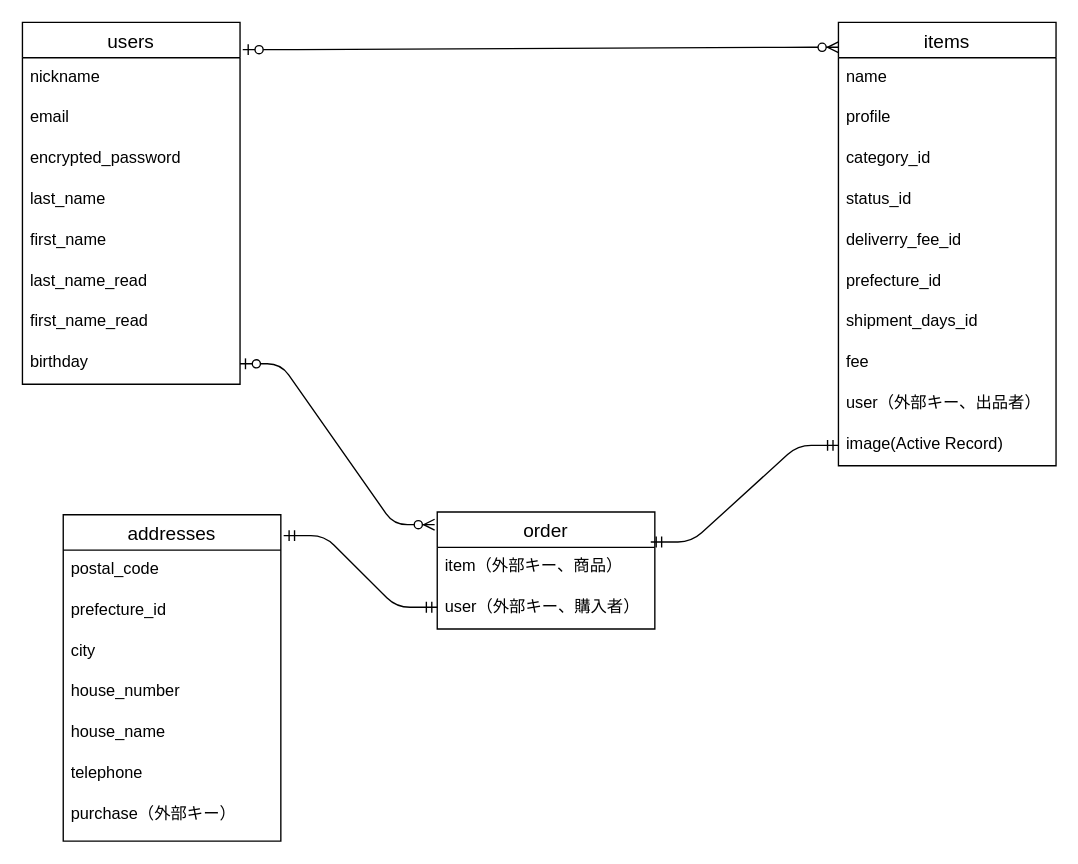
Earlier version of the draw.io diagram furima-34432.dio (DaikiTanaka34432/furima-34432). Source tidied: cells renumbered, new cells numbered last; positions are measured from the earlier drawing's top-left corner, leaving out a move shared by most shapes. Both pictures are drawn from the tidied source at 136%, with x=0, y=0 at pixel (22, 22).
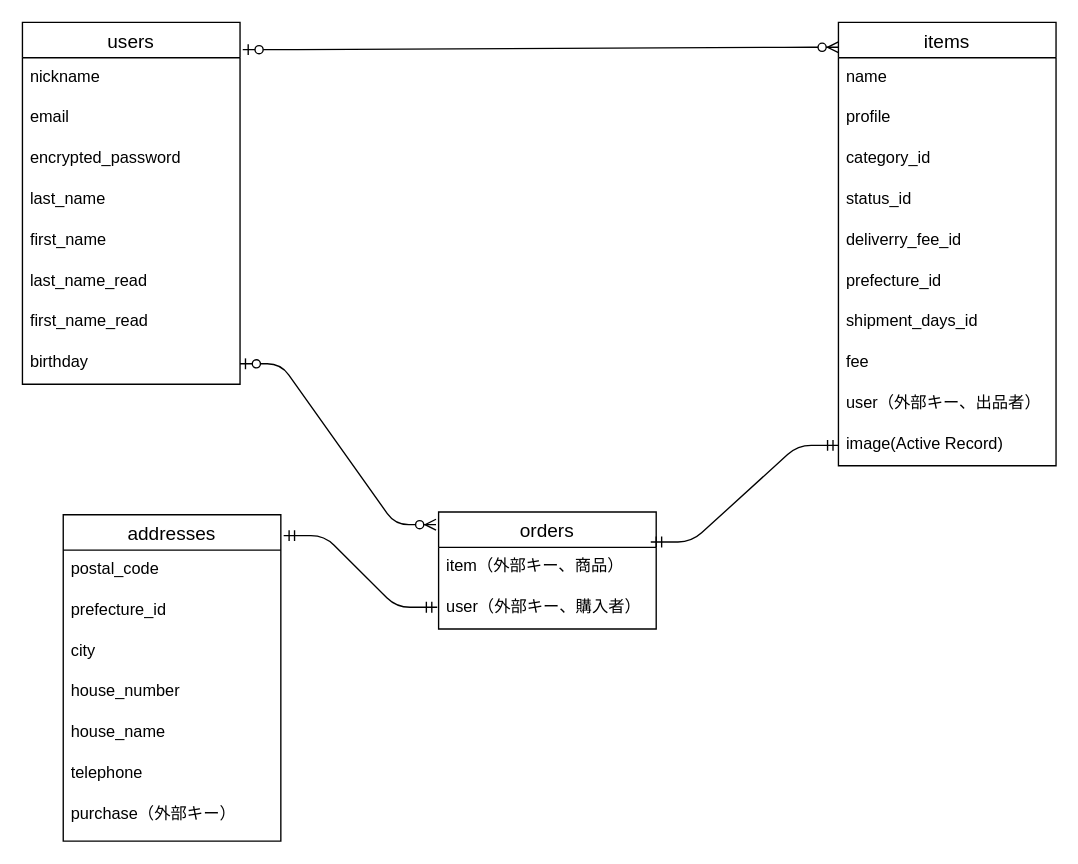
Above is the later version.

Commit message (it also covers changes not shown here):
order_addressクラスのテストコード実装

Change to the diagram source:
```diff
@@
-    <mxCell id="2" value="order" style="swimlane;fontStyle=0;horizontal=1;startSize=26;align=center;fontSize=14;" parent="1" vertex="1">
-      <mxGeometry x="305" y="360" width="160" height="86" as="geometry" />
+    <mxCell id="2" value="orders" style="swimlane;fontStyle=0;horizontal=1;startSize=26;align=center;fontSize=14;" parent="1" vertex="1">
+      <mxGeometry x="306" y="360" width="160" height="86" as="geometry" />
     </mxCell>
```
